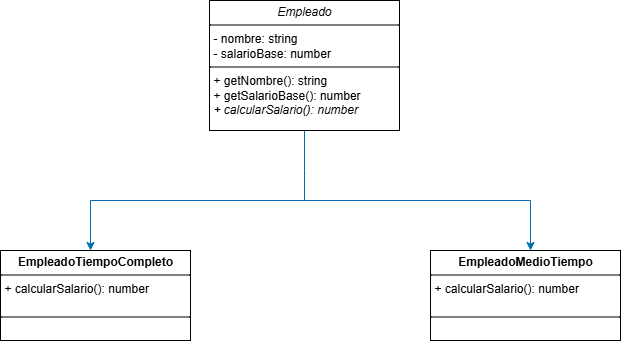
Before: ejer3/imgs/ejer3_diagramaUML.png, a diagram exported from draw.io (j3r0nimo/Prog4Tp1). Source tidied: cells renumbered, new cells last; positions are measured from the earlier drawing's top-left corner, leaving out a move shared by most shapes.
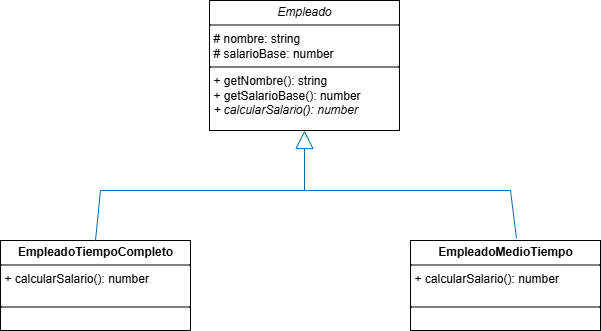
The same diagram one commit later.

Commit message:
cambiaron los atributos de private a protected, se modificó el diagrama UML

Change to the diagram source:
```diff
@@ -2,41 +2,30 @@
   <root>
     <mxCell id="0" />
     <mxCell id="1" parent="0" />
-    <mxCell id="2" value="&lt;p style=&quot;margin:0px;margin-top:4px;text-align:center;&quot;&gt;&lt;i style=&quot;&quot;&gt;Empleado&lt;/i&gt;&lt;/p&gt;&lt;hr size=&quot;1&quot; style=&quot;border-style:solid;&quot;&gt;&lt;p style=&quot;margin:0px;margin-left:4px;&quot;&gt;- nombre: string&lt;br&gt;- salarioBase: number&lt;/p&gt;&lt;hr size=&quot;1&quot; style=&quot;border-style:solid;&quot;&gt;&lt;p style=&quot;margin:0px;margin-left:4px;&quot;&gt;+ getNombre(): string&lt;br&gt;+ getSalarioBase(): number&lt;/p&gt;&lt;p style=&quot;margin:0px;margin-left:4px;&quot;&gt;&lt;i&gt;+ calcularSalario(): number&lt;/i&gt;&lt;/p&gt;" style="verticalAlign=top;align=left;overflow=fill;html=1;whiteSpace=wrap;labelBackgroundColor=none;" parent="1" vertex="1">
+    <mxCell id="2" value="&lt;p style=&quot;margin:0px;margin-top:4px;text-align:center;&quot;&gt;&lt;i style=&quot;&quot;&gt;Empleado&lt;/i&gt;&lt;/p&gt;&lt;hr size=&quot;1&quot; style=&quot;border-style:solid;&quot;&gt;&lt;p style=&quot;margin:0px;margin-left:4px;&quot;&gt;# nombre: string&lt;br&gt;# salarioBase: number&lt;/p&gt;&lt;hr size=&quot;1&quot; style=&quot;border-style:solid;&quot;&gt;&lt;p style=&quot;margin:0px;margin-left:4px;&quot;&gt;+ getNombre(): string&lt;br&gt;+ getSalarioBase(): number&lt;/p&gt;&lt;p style=&quot;margin:0px;margin-left:4px;&quot;&gt;&lt;i&gt;+ calcularSalario(): number&lt;/i&gt;&lt;/p&gt;" style="verticalAlign=top;align=left;overflow=fill;html=1;whiteSpace=wrap;labelBackgroundColor=none;" parent="1" vertex="1">
       <mxGeometry x="209" width="190" height="130" as="geometry" />
     </mxCell>
     <mxCell id="3" value="&lt;p style=&quot;margin:0px;margin-top:4px;text-align:center;&quot;&gt;&lt;b&gt;EmpleadoTiempoCompleto&lt;/b&gt;&lt;/p&gt;&lt;hr size=&quot;1&quot; style=&quot;border-style:solid;&quot;&gt;&lt;p style=&quot;margin:0px;margin-left:4px;&quot;&gt;+ calcularSalario(): number&lt;br&gt;&lt;/p&gt;&lt;p style=&quot;margin:0px;margin-left:4px;&quot;&gt;&lt;br&gt;&lt;/p&gt;&lt;hr size=&quot;1&quot; style=&quot;border-style:solid;&quot;&gt;&lt;p style=&quot;margin:0px;margin-left:4px;&quot;&gt;&lt;br&gt;&lt;/p&gt;" style="verticalAlign=top;align=left;overflow=fill;html=1;whiteSpace=wrap;labelBackgroundColor=none;" parent="1" vertex="1">
-      <mxGeometry y="250" width="190" height="90" as="geometry" />
+      <mxGeometry y="240" width="190" height="90" as="geometry" />
     </mxCell>
-    <mxCell id="4" style="endArrow=none;html=1;rounded=0;entryX=0.5;entryY=1;entryDx=0;entryDy=0;labelBackgroundColor=none;fontColor=default;fillColor=#1ba1e2;strokeColor=#006EAF;" parent="1" edge="1" target="2">
-      <mxGeometry relative="1" as="geometry">
-        <mxPoint x="90" y="200" as="sourcePoint" />
-        <Array as="points">
-          <mxPoint x="304" y="200" />
-          <mxPoint x="304" y="170" />
-        </Array>
-      </mxGeometry>
-    </mxCell>
-    <mxCell id="5" style="endArrow=classic;html=1;rounded=0;labelBackgroundColor=none;fontColor=default;fillColor=#1ba1e2;strokeColor=#006EAF;" parent="1" edge="1">
-      <mxGeometry relative="1" as="geometry">
-        <mxPoint x="90" y="200" as="sourcePoint" />
-        <mxPoint x="90" y="250" as="targetPoint" />
-      </mxGeometry>
-    </mxCell>
-    <mxCell id="6" style="endArrow=none;html=1;rounded=0;labelBackgroundColor=none;fontColor=default;fillColor=#1ba1e2;strokeColor=#006EAF;" parent="1" edge="1">
-      <mxGeometry relative="1" as="geometry">
-        <mxPoint x="530" y="200" as="sourcePoint" />
-        <mxPoint x="300" y="200" as="targetPoint" />
-      </mxGeometry>
-    </mxCell>
-    <mxCell id="7" style="endArrow=classic;html=1;rounded=0;labelBackgroundColor=none;fontColor=default;fillColor=#1ba1e2;strokeColor=#006EAF;" parent="1" edge="1">
-      <mxGeometry relative="1" as="geometry">
-        <mxPoint x="530" y="200" as="sourcePoint" />
-        <mxPoint x="530" y="250" as="targetPoint" />
-      </mxGeometry>
-    </mxCell>
     <mxCell id="8" value="&lt;p style=&quot;margin:0px;margin-top:4px;text-align:center;&quot;&gt;&lt;b&gt;EmpleadoMedioTiempo&lt;/b&gt;&lt;/p&gt;&lt;hr size=&quot;1&quot; style=&quot;border-style:solid;&quot;&gt;&lt;p style=&quot;margin:0px;margin-left:4px;&quot;&gt;+ calcularSalario(): number&lt;br&gt;&lt;/p&gt;&lt;p style=&quot;margin:0px;margin-left:4px;&quot;&gt;&lt;br&gt;&lt;/p&gt;&lt;hr size=&quot;1&quot; style=&quot;border-style:solid;&quot;&gt;&lt;p style=&quot;margin:0px;margin-left:4px;&quot;&gt;&lt;br&gt;&lt;/p&gt;" style="verticalAlign=top;align=left;overflow=fill;html=1;whiteSpace=wrap;strokeWidth=1;labelBackgroundColor=none;" parent="1" vertex="1">
-      <mxGeometry x="430" y="250" width="190" height="90" as="geometry" />
+      <mxGeometry x="410" y="240" width="190" height="90" as="geometry" />
     </mxCell>
+    <mxCell id="9" style="endArrow=block;endSize=16;endFill=0;html=1;rounded=0;entryX=0.5;entryY=1;entryDx=0;entryDy=0;exitX=0.5;exitY=0;exitDx=0;exitDy=0;fillColor=#1ba1e2;strokeColor=#006EAF;" parent="1" edge="1" source="3" target="2">
+      <mxGeometry relative="1" as="geometry">
+        <Array as="points">
+          <mxPoint x="100" y="190" />
+          <mxPoint x="304" y="190" />
+        </Array>
+      </mxGeometry>
+    </mxCell>
+    <mxCell id="10" style="endArrow=none;html=1;rounded=0;exitX=0.558;exitY=-0.022;exitDx=0;exitDy=0;exitPerimeter=0;fillColor=#1ba1e2;strokeColor=#006EAF;" parent="1" edge="1" source="8">
+      <mxGeometry relative="1" as="geometry">
+        <mxPoint x="300" y="190" as="targetPoint" />
+        <Array as="points">
+          <mxPoint x="510" y="190" />
+        </Array>
+      </mxGeometry>
+    </mxCell>
   </root>
 </mxGraphModel>
```
